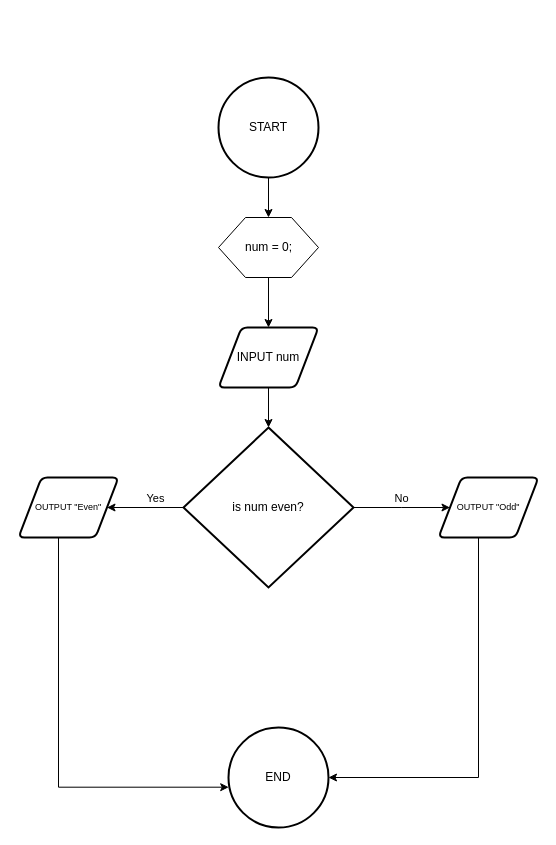
laharl143/flowcharts keeps this draw.io diagram as Flowcharts/Flowchart: Even or Odd .drawio. Above is the earlier version. Source tidied: cells renumbered, new cells numbered last; positions are measured from the earlier drawing's top-left corner, leaving out a move shared by most shapes. Both pictures are drawn from the tidied source at 100%, with x=0, y=0 at pixel (18, 77).
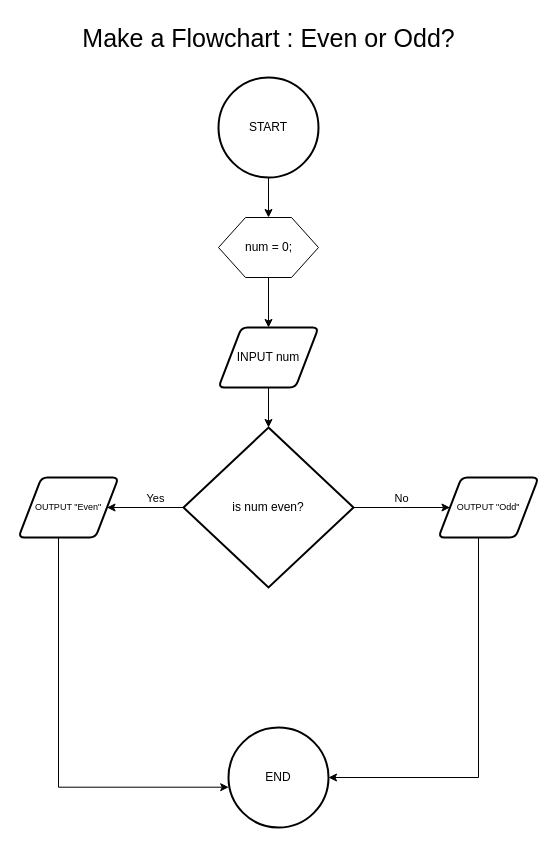
After the change.

The edit, as a diff of the source:
```diff
@@
+    <mxCell id="17" value="Make a Flowchart : Even or Odd?" style="text;html=1;align=center;verticalAlign=middle;fillColor=none;strokeColor=none;rounded=0;fontSize=25;" parent="1" vertex="1">
+      <mxGeometry x="50" y="-60" width="400" height="40" as="geometry" />
+    </mxCell>
```
